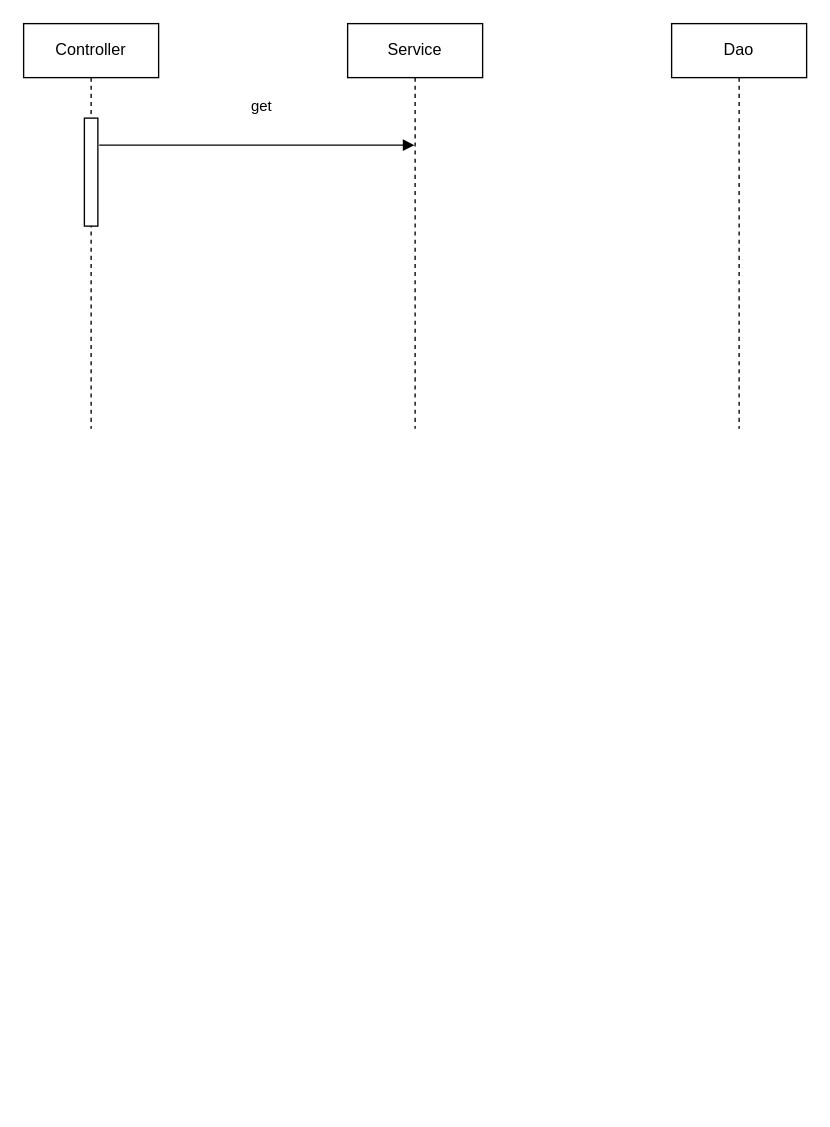
iamheonil/KHSemiProject keeps this draw.io diagram as document/Document_03.drawio. Above is the earlier version. Source tidied: cells renumbered, new cells numbered last; positions are measured from the earlier drawing's top-left corner, leaving out a move shared by most shapes. Both pictures are drawn from the tidied source at 135%, with x=0, y=0 at pixel (23, 23).
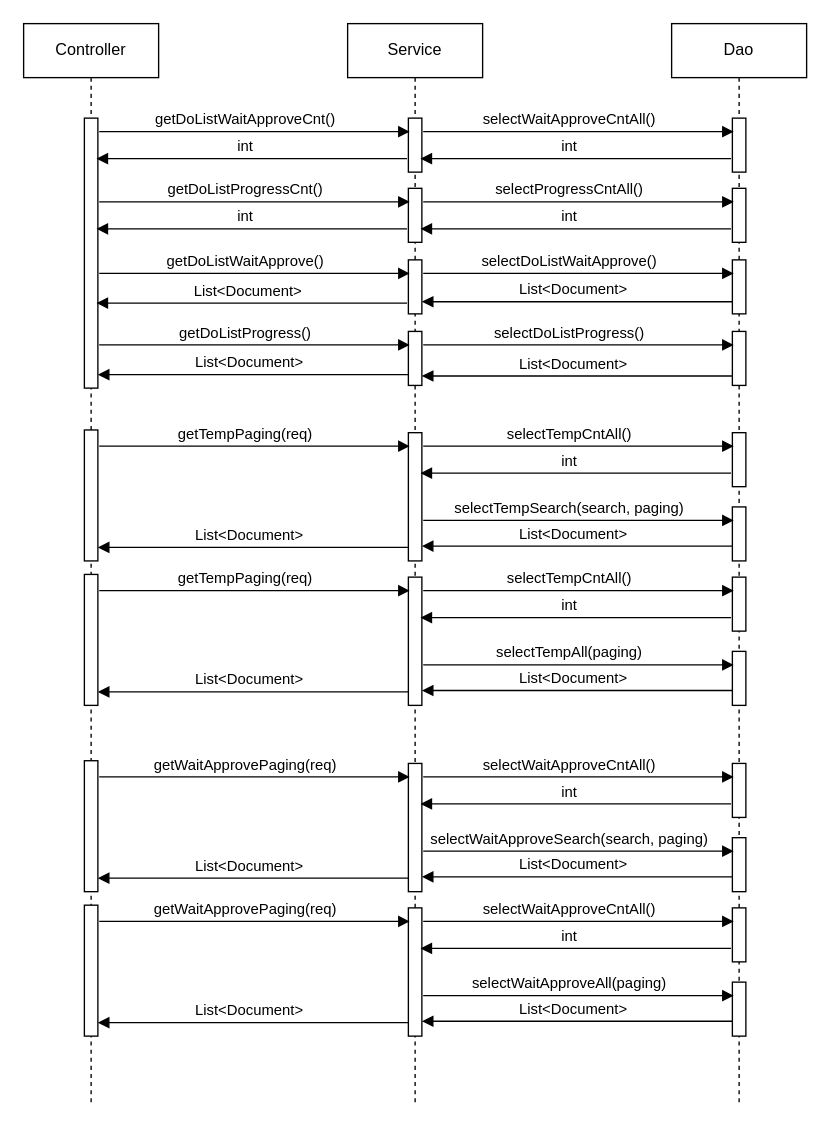
The same diagram, later.

What changed in the source:
```diff
@@
     <mxCell id="2" value="Controller" style="shape=umlLifeline;perimeter=lifelinePerimeter;whiteSpace=wrap;html=1;" parent="1" vertex="1">
-      <mxGeometry width="100" height="300" as="geometry" />
+      <mxGeometry width="100" height="800" as="geometry" />
     </mxCell>
     <mxCell id="3" style="html=1;perimeter=orthogonalPerimeter;" parent="2" vertex="1">
-      <mxGeometry x="45" y="70" width="10" height="80" as="geometry" />
+      <mxGeometry x="45" y="70" width="10" height="200" as="geometry" />
     </mxCell>
+    <mxCell id="7" style="html=1;perimeter=orthogonalPerimeter;" parent="2" vertex="1">
+      <mxGeometry x="45" y="546" width="10" height="97" as="geometry" />
+    </mxCell>
     <mxCell id="4" value="Service" style="shape=umlLifeline;perimeter=lifelinePerimeter;whiteSpace=wrap;html=1;outlineConnect=0;" parent="1" vertex="1">
-      <mxGeometry x="240" width="100" height="300" as="geometry" />
+      <mxGeometry x="240" width="100" height="800" as="geometry" />
     </mxCell>
+    <mxCell id="8" style="html=1;perimeter=orthogonalPerimeter;" parent="4" vertex="1">
+      <mxGeometry x="45" y="70" width="10" height="40" as="geometry" />
+    </mxCell>
     <mxCell id="5" value="Dao" style="shape=umlLifeline;perimeter=lifelinePerimeter;whiteSpace=wrap;html=1;" parent="1" vertex="1">
-      <mxGeometry x="480" width="100" height="300" as="geometry" />
+      <mxGeometry x="480" width="100" height="800" as="geometry" />
     </mxCell>
+    <mxCell id="9" style="html=1;perimeter=orthogonalPerimeter;" parent="5" vertex="1">
+      <mxGeometry x="45" y="70" width="10" height="40" as="geometry" />
+    </mxCell>
-    <mxCell id="6" value="get" style="html=1;verticalAlign=bottom;endArrow=block;" parent="1" edge="1" target="4">
-      <mxGeometry x="0.03" y="20" relative="1" as="geometry">
-        <mxPoint x="56" y="90" as="sourcePoint" />
+    <mxCell id="6" value="getDoListWaitApproveCnt()" style="html=1;verticalAlign=bottom;endArrow=block;" parent="1" edge="1">
+      <mxGeometry x="-0.06" relative="1" as="geometry">
+        <mxPoint x="56" y="80" as="sourcePoint" />
+        <mxPoint x="286" y="80" as="targetPoint" />
       </mxGeometry>
     </mxCell>
+    <mxCell id="10" value="selectWaitApproveCntAll()" style="html=1;verticalAlign=bottom;endArrow=block;" parent="1" edge="1">
+      <mxGeometry x="-0.06" relative="1" as="geometry">
+        <mxPoint x="296" y="80" as="sourcePoint" />
+        <mxPoint x="526" y="80" as="targetPoint" />
+      </mxGeometry>
+    </mxCell>
+    <mxCell id="11" value="int" style="html=1;verticalAlign=bottom;endArrow=block;" parent="1" edge="1">
+      <mxGeometry x="0.04" relative="1" as="geometry">
+        <mxPoint x="524" y="100" as="sourcePoint" />
+        <mxPoint x="294" y="100" as="targetPoint" />
+      </mxGeometry>
+    </mxCell>
+    <mxCell id="12" value="int" style="html=1;verticalAlign=bottom;endArrow=block;" parent="1" edge="1">
+      <mxGeometry x="0.04" relative="1" as="geometry">
+        <mxPoint x="284" y="100" as="sourcePoint" />
+        <mxPoint x="54" y="100" as="targetPoint" />
+      </mxGeometry>
+    </mxCell>
+    <mxCell id="13" style="html=1;perimeter=orthogonalPerimeter;" parent="1" vertex="1">
+      <mxGeometry x="285" y="122" width="10" height="40" as="geometry" />
+    </mxCell>
+    <mxCell id="14" style="html=1;perimeter=orthogonalPerimeter;" parent="1" vertex="1">
+      <mxGeometry x="525" y="122" width="10" height="40" as="geometry" />
+    </mxCell>
+    <mxCell id="15" value="getDoListProgressCnt()" style="html=1;verticalAlign=bottom;endArrow=block;" parent="1" edge="1">
+      <mxGeometry x="-0.06" relative="1" as="geometry">
+        <mxPoint x="56" y="132" as="sourcePoint" />
+        <mxPoint x="286" y="132" as="targetPoint" />
+      </mxGeometry>
+    </mxCell>
+    <mxCell id="16" value="selectProgressCntAll()" style="html=1;verticalAlign=bottom;endArrow=block;" parent="1" edge="1">
+      <mxGeometry x="-0.06" relative="1" as="geometry">
+        <mxPoint x="296" y="132" as="sourcePoint" />
+        <mxPoint x="526" y="132" as="targetPoint" />
+      </mxGeometry>
+    </mxCell>
+    <mxCell id="17" value="int" style="html=1;verticalAlign=bottom;endArrow=block;" parent="1" edge="1">
+      <mxGeometry x="0.04" relative="1" as="geometry">
+        <mxPoint x="524" y="152" as="sourcePoint" />
+        <mxPoint x="294" y="152" as="targetPoint" />
+      </mxGeometry>
+    </mxCell>
+    <mxCell id="18" value="int" style="html=1;verticalAlign=bottom;endArrow=block;" parent="1" edge="1">
+      <mxGeometry x="0.04" relative="1" as="geometry">
+        <mxPoint x="284" y="152" as="sourcePoint" />
+        <mxPoint x="54" y="152" as="targetPoint" />
+      </mxGeometry>
+    </mxCell>
+    <mxCell id="19" style="html=1;perimeter=orthogonalPerimeter;" parent="1" vertex="1">
+      <mxGeometry x="285" y="175" width="10" height="40" as="geometry" />
+    </mxCell>
+    <mxCell id="20" style="html=1;perimeter=orthogonalPerimeter;" parent="1" vertex="1">
+      <mxGeometry x="525" y="175" width="10" height="40" as="geometry" />
+    </mxCell>
+    <mxCell id="21" value="getDoListWaitApprove()" style="html=1;verticalAlign=bottom;endArrow=block;" parent="1" edge="1">
+      <mxGeometry x="-0.06" relative="1" as="geometry">
+        <mxPoint x="56" y="185" as="sourcePoint" />
+        <mxPoint x="286" y="185" as="targetPoint" />
+      </mxGeometry>
+    </mxCell>
+    <mxCell id="22" value="selectDoListWaitApprove()" style="html=1;verticalAlign=bottom;endArrow=block;" parent="1" edge="1">
+      <mxGeometry x="-0.06" relative="1" as="geometry">
+        <mxPoint x="296" y="185" as="sourcePoint" />
+        <mxPoint x="526" y="185" as="targetPoint" />
+      </mxGeometry>
+    </mxCell>
+    <mxCell id="23" value="List&amp;lt;Document&amp;gt;" style="html=1;verticalAlign=bottom;endArrow=block;" parent="1" edge="1">
+      <mxGeometry x="0.03" relative="1" as="geometry">
+        <mxPoint x="284" y="207" as="sourcePoint" />
+        <mxPoint x="54" y="207" as="targetPoint" />
+      </mxGeometry>
+    </mxCell>
+    <mxCell id="24" style="html=1;perimeter=orthogonalPerimeter;" parent="1" vertex="1">
+      <mxGeometry x="285" y="228" width="10" height="40" as="geometry" />
+    </mxCell>
+    <mxCell id="25" style="html=1;perimeter=orthogonalPerimeter;" parent="1" vertex="1">
+      <mxGeometry x="525" y="228" width="10" height="40" as="geometry" />
+    </mxCell>
+    <mxCell id="26" value="getDoListProgress()" style="html=1;verticalAlign=bottom;endArrow=block;" parent="1" edge="1">
+      <mxGeometry x="-0.06" relative="1" as="geometry">
+        <mxPoint x="56" y="238" as="sourcePoint" />
+        <mxPoint x="286" y="238" as="targetPoint" />
+      </mxGeometry>
+    </mxCell>
+    <mxCell id="27" value="selectDoListProgress()" style="html=1;verticalAlign=bottom;endArrow=block;" parent="1" edge="1">
+      <mxGeometry x="-0.06" relative="1" as="geometry">
+        <mxPoint x="296" y="238" as="sourcePoint" />
+        <mxPoint x="526" y="238" as="targetPoint" />
+      </mxGeometry>
+    </mxCell>
+    <mxCell id="28" value="List&amp;lt;Document&amp;gt;" style="html=1;verticalAlign=bottom;endArrow=block;" parent="1" edge="1">
+      <mxGeometry x="0.03" relative="1" as="geometry">
+        <mxPoint x="525" y="206" as="sourcePoint" />
+        <mxPoint x="295" y="206" as="targetPoint" />
+      </mxGeometry>
+    </mxCell>
+    <mxCell id="29" value="List&amp;lt;Document&amp;gt;" style="html=1;verticalAlign=bottom;endArrow=block;" parent="1" edge="1">
+      <mxGeometry x="0.03" relative="1" as="geometry">
+        <mxPoint x="525" y="261" as="sourcePoint" />
+        <mxPoint x="295" y="261" as="targetPoint" />
+      </mxGeometry>
+    </mxCell>
+    <mxCell id="30" value="List&amp;lt;Document&amp;gt;" style="html=1;verticalAlign=bottom;endArrow=block;" parent="1" edge="1">
+      <mxGeometry x="0.03" relative="1" as="geometry">
+        <mxPoint x="285" y="260" as="sourcePoint" />
+        <mxPoint x="55" y="260" as="targetPoint" />
+      </mxGeometry>
+    </mxCell>
+    <mxCell id="31" style="html=1;perimeter=orthogonalPerimeter;" parent="1" vertex="1">
+      <mxGeometry x="285" y="548" width="10" height="95" as="geometry" />
+    </mxCell>
+    <mxCell id="32" style="html=1;perimeter=orthogonalPerimeter;" parent="1" vertex="1">
+      <mxGeometry x="525" y="548" width="10" height="40" as="geometry" />
+    </mxCell>
+    <mxCell id="33" value="getWaitApprovePaging(req)" style="html=1;verticalAlign=bottom;endArrow=block;" parent="1" edge="1">
+      <mxGeometry x="-0.06" relative="1" as="geometry">
+        <mxPoint x="56" y="558" as="sourcePoint" />
+        <mxPoint x="286" y="558" as="targetPoint" />
+      </mxGeometry>
+    </mxCell>
+    <mxCell id="34" value="selectWaitApproveCntAll()" style="html=1;verticalAlign=bottom;endArrow=block;" parent="1" edge="1">
+      <mxGeometry x="-0.06" relative="1" as="geometry">
+        <mxPoint x="296" y="558" as="sourcePoint" />
+        <mxPoint x="526" y="558" as="targetPoint" />
+      </mxGeometry>
+    </mxCell>
+    <mxCell id="35" value="int" style="html=1;verticalAlign=bottom;endArrow=block;" parent="1" edge="1">
+      <mxGeometry x="0.04" relative="1" as="geometry">
+        <mxPoint x="524" y="578" as="sourcePoint" />
+        <mxPoint x="294" y="578" as="targetPoint" />
+      </mxGeometry>
+    </mxCell>
+    <mxCell id="36" style="html=1;perimeter=orthogonalPerimeter;" parent="1" vertex="1">
+      <mxGeometry x="525" y="603" width="10" height="40" as="geometry" />
+    </mxCell>
+    <mxCell id="37" value="selectWaitApproveSearch(search, paging)" style="html=1;verticalAlign=bottom;endArrow=block;" parent="1" edge="1">
+      <mxGeometry x="-0.06" relative="1" as="geometry">
+        <mxPoint x="296" y="613" as="sourcePoint" />
+        <mxPoint x="526" y="613" as="targetPoint" />
+      </mxGeometry>
+    </mxCell>
+    <mxCell id="38" value="List&amp;lt;Document&amp;gt;" style="html=1;verticalAlign=bottom;endArrow=block;" parent="1" edge="1">
+      <mxGeometry x="0.03" relative="1" as="geometry">
+        <mxPoint x="525" y="632" as="sourcePoint" />
+        <mxPoint x="295" y="632" as="targetPoint" />
+      </mxGeometry>
+    </mxCell>
+    <mxCell id="39" value="List&amp;lt;Document&amp;gt;" style="html=1;verticalAlign=bottom;endArrow=block;" parent="1" edge="1">
+      <mxGeometry x="0.03" relative="1" as="geometry">
+        <mxPoint x="285" y="633" as="sourcePoint" />
+        <mxPoint x="55" y="633" as="targetPoint" />
+      </mxGeometry>
+    </mxCell>
+    <mxCell id="40" style="html=1;perimeter=orthogonalPerimeter;" parent="1" vertex="1">
+      <mxGeometry x="45" y="653" width="10" height="97" as="geometry" />
+    </mxCell>
+    <mxCell id="41" style="html=1;perimeter=orthogonalPerimeter;" parent="1" vertex="1">
+      <mxGeometry x="285" y="655" width="10" height="95" as="geometry" />
+    </mxCell>
+    <mxCell id="42" style="html=1;perimeter=orthogonalPerimeter;" parent="1" vertex="1">
+      <mxGeometry x="525" y="655" width="10" height="40" as="geometry" />
+    </mxCell>
+    <mxCell id="43" value="getWaitApprovePaging(req)" style="html=1;verticalAlign=bottom;endArrow=block;" parent="1" edge="1">
+      <mxGeometry x="-0.06" relative="1" as="geometry">
+        <mxPoint x="56" y="665" as="sourcePoint" />
+        <mxPoint x="286" y="665" as="targetPoint" />
+      </mxGeometry>
+    </mxCell>
+    <mxCell id="44" value="selectWaitApproveCntAll()" style="html=1;verticalAlign=bottom;endArrow=block;" parent="1" edge="1">
+      <mxGeometry x="-0.06" relative="1" as="geometry">
+        <mxPoint x="296" y="665" as="sourcePoint" />
+        <mxPoint x="526" y="665" as="targetPoint" />
+      </mxGeometry>
+    </mxCell>
+    <mxCell id="45" value="int" style="html=1;verticalAlign=bottom;endArrow=block;" parent="1" edge="1">
+      <mxGeometry x="0.04" relative="1" as="geometry">
+        <mxPoint x="524" y="685" as="sourcePoint" />
+        <mxPoint x="294" y="685" as="targetPoint" />
+      </mxGeometry>
+    </mxCell>
+    <mxCell id="46" style="html=1;perimeter=orthogonalPerimeter;" parent="1" vertex="1">
+      <mxGeometry x="525" y="710" width="10" height="40" as="geometry" />
+    </mxCell>
+    <mxCell id="47" value="selectWaitApproveAll(paging)" style="html=1;verticalAlign=bottom;endArrow=block;" parent="1" edge="1">
+      <mxGeometry x="-0.06" relative="1" as="geometry">
+        <mxPoint x="296" y="720" as="sourcePoint" />
+        <mxPoint x="526" y="720" as="targetPoint" />
+      </mxGeometry>
+    </mxCell>
+    <mxCell id="48" value="List&amp;lt;Document&amp;gt;" style="html=1;verticalAlign=bottom;endArrow=block;" parent="1" edge="1">
+      <mxGeometry x="0.03" relative="1" as="geometry">
+        <mxPoint x="525" y="739" as="sourcePoint" />
+        <mxPoint x="295" y="739" as="targetPoint" />
+      </mxGeometry>
+    </mxCell>
+    <mxCell id="49" value="List&amp;lt;Document&amp;gt;" style="html=1;verticalAlign=bottom;endArrow=block;" parent="1" edge="1">
+      <mxGeometry x="0.03" relative="1" as="geometry">
+        <mxPoint x="285" y="740" as="sourcePoint" />
+        <mxPoint x="55" y="740" as="targetPoint" />
+      </mxGeometry>
+    </mxCell>
+    <mxCell id="50" style="html=1;perimeter=orthogonalPerimeter;" parent="1" vertex="1">
+      <mxGeometry x="45" y="301" width="10" height="97" as="geometry" />
+    </mxCell>
+    <mxCell id="51" style="html=1;perimeter=orthogonalPerimeter;" parent="1" vertex="1">
+      <mxGeometry x="285" y="303" width="10" height="95" as="geometry" />
+    </mxCell>
+    <mxCell id="52" style="html=1;perimeter=orthogonalPerimeter;" parent="1" vertex="1">
+      <mxGeometry x="525" y="303" width="10" height="40" as="geometry" />
+    </mxCell>
+    <mxCell id="53" value="getTempPaging(req)" style="html=1;verticalAlign=bottom;endArrow=block;" parent="1" edge="1">
+      <mxGeometry x="-0.06" relative="1" as="geometry">
+        <mxPoint x="56" y="313" as="sourcePoint" />
+        <mxPoint x="286" y="313" as="targetPoint" />
+      </mxGeometry>
+    </mxCell>
+    <mxCell id="54" value="selectTempCntAll()" style="html=1;verticalAlign=bottom;endArrow=block;" parent="1" edge="1">
+      <mxGeometry x="-0.06" relative="1" as="geometry">
+        <mxPoint x="296" y="313" as="sourcePoint" />
+        <mxPoint x="526" y="313" as="targetPoint" />
+      </mxGeometry>
+    </mxCell>
+    <mxCell id="55" value="int" style="html=1;verticalAlign=bottom;endArrow=block;" parent="1" edge="1">
+      <mxGeometry x="0.04" relative="1" as="geometry">
+        <mxPoint x="524" y="333" as="sourcePoint" />
+        <mxPoint x="294" y="333" as="targetPoint" />
+      </mxGeometry>
+    </mxCell>
+    <mxCell id="56" style="html=1;perimeter=orthogonalPerimeter;" parent="1" vertex="1">
+      <mxGeometry x="525" y="358" width="10" height="40" as="geometry" />
+    </mxCell>
+    <mxCell id="57" value="selectTempSearch(search, paging)" style="html=1;verticalAlign=bottom;endArrow=block;" parent="1" edge="1">
+      <mxGeometry x="-0.06" relative="1" as="geometry">
+        <mxPoint x="296" y="368" as="sourcePoint" />
+        <mxPoint x="526" y="368" as="targetPoint" />
+      </mxGeometry>
+    </mxCell>
+    <mxCell id="58" value="List&amp;lt;Document&amp;gt;" style="html=1;verticalAlign=bottom;endArrow=block;" parent="1" edge="1">
+      <mxGeometry x="0.03" relative="1" as="geometry">
+        <mxPoint x="525" y="387" as="sourcePoint" />
+        <mxPoint x="295" y="387" as="targetPoint" />
+      </mxGeometry>
+    </mxCell>
+    <mxCell id="59" value="List&amp;lt;Document&amp;gt;" style="html=1;verticalAlign=bottom;endArrow=block;" parent="1" edge="1">
+      <mxGeometry x="0.03" relative="1" as="geometry">
+        <mxPoint x="285" y="388" as="sourcePoint" />
+        <mxPoint x="55" y="388" as="targetPoint" />
+      </mxGeometry>
+    </mxCell>
+    <mxCell id="60" style="html=1;perimeter=orthogonalPerimeter;" parent="1" vertex="1">
+      <mxGeometry x="45" y="408" width="10" height="97" as="geometry" />
+    </mxCell>
+    <mxCell id="61" style="html=1;perimeter=orthogonalPerimeter;" parent="1" vertex="1">
+      <mxGeometry x="285" y="410" width="10" height="95" as="geometry" />
+    </mxCell>
+    <mxCell id="62" style="html=1;perimeter=orthogonalPerimeter;" parent="1" vertex="1">
+      <mxGeometry x="525" y="410" width="10" height="40" as="geometry" />
+    </mxCell>
+    <mxCell id="63" value="getTempPaging(req)" style="html=1;verticalAlign=bottom;endArrow=block;" parent="1" edge="1">
+      <mxGeometry x="-0.06" relative="1" as="geometry">
+        <mxPoint x="56" y="420" as="sourcePoint" />
+        <mxPoint x="286" y="420" as="targetPoint" />
+      </mxGeometry>
+    </mxCell>
+    <mxCell id="64" value="selectTempCntAll()" style="html=1;verticalAlign=bottom;endArrow=block;" parent="1" edge="1">
+      <mxGeometry x="-0.06" relative="1" as="geometry">
+        <mxPoint x="296" y="420" as="sourcePoint" />
+        <mxPoint x="526" y="420" as="targetPoint" />
+      </mxGeometry>
+    </mxCell>
+    <mxCell id="65" value="int" style="html=1;verticalAlign=bottom;endArrow=block;" parent="1" edge="1">
+      <mxGeometry x="0.04" relative="1" as="geometry">
+        <mxPoint x="524" y="440" as="sourcePoint" />
+        <mxPoint x="294" y="440" as="targetPoint" />
+      </mxGeometry>
+    </mxCell>
+    <mxCell id="66" style="html=1;perimeter=orthogonalPerimeter;" parent="1" vertex="1">
+      <mxGeometry x="525" y="465" width="10" height="40" as="geometry" />
+    </mxCell>
+    <mxCell id="67" value="selectTempAll(paging)" style="html=1;verticalAlign=bottom;endArrow=block;" parent="1" edge="1">
+      <mxGeometry x="-0.06" relative="1" as="geometry">
+        <mxPoint x="296" y="475" as="sourcePoint" />
+        <mxPoint x="526" y="475" as="targetPoint" />
+      </mxGeometry>
+    </mxCell>
+    <mxCell id="68" value="List&amp;lt;Document&amp;gt;" style="html=1;verticalAlign=bottom;endArrow=block;" parent="1" edge="1">
+      <mxGeometry x="0.03" relative="1" as="geometry">
+        <mxPoint x="525" y="494" as="sourcePoint" />
+        <mxPoint x="295" y="494" as="targetPoint" />
+      </mxGeometry>
+    </mxCell>
+    <mxCell id="69" value="List&amp;lt;Document&amp;gt;" style="html=1;verticalAlign=bottom;endArrow=block;" parent="1" edge="1">
+      <mxGeometry x="0.03" relative="1" as="geometry">
+        <mxPoint x="285" y="495" as="sourcePoint" />
+        <mxPoint x="55" y="495" as="targetPoint" />
+      </mxGeometry>
+    </mxCell>
```
